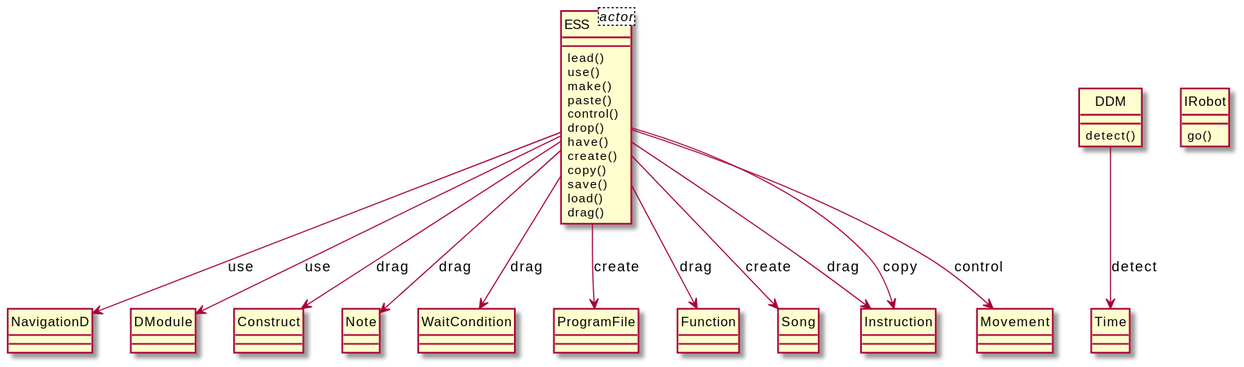
The PlantUML diagram output/diagram_5/2014-USC-Project07.svg in xixixhalu/DomainModelExtractor, before a commit.
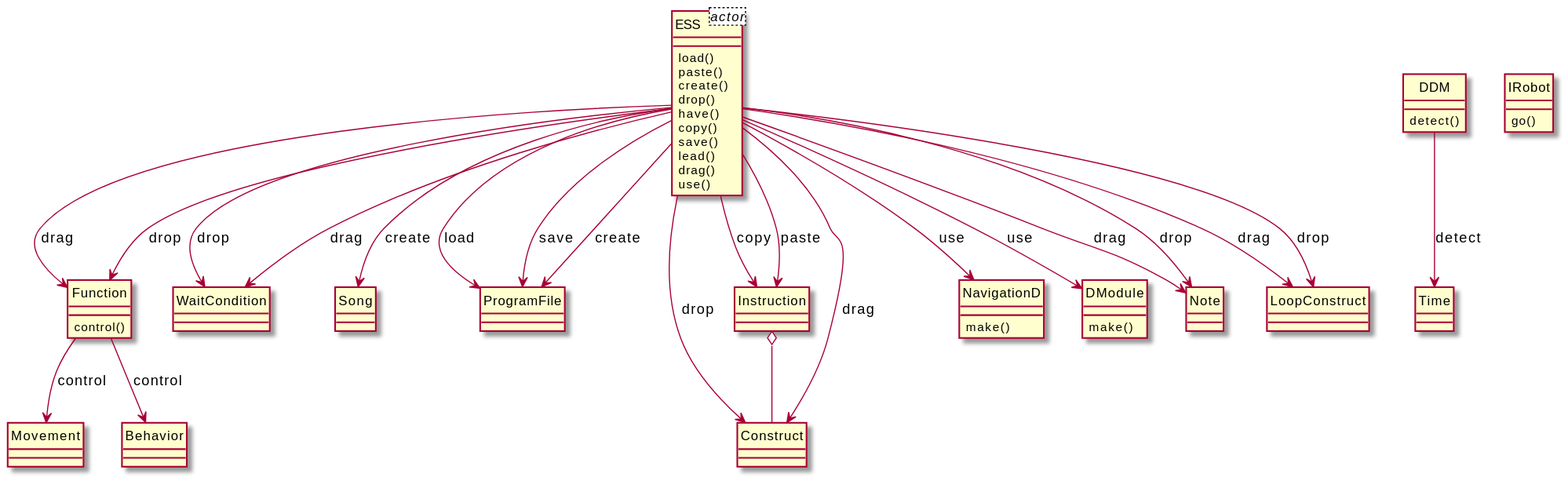
The same file after the commit.

The edit, as a diff of the source:
```diff
@@ -3,57 +3,72 @@
 class ESS<actor> {
 }
 class ESS {
-	lead()
-	use()
-	make()
+	load()
 	paste()
-	control()
+	create()
 	drop()
 	have()
-	create()
 	copy()
 	save()
-	load()
+	lead()
 	drag()
+	use()
 }
-class NavigationD {
+class Instruction {
+}
+class WaitCondition {
+}
+class Song {
+}
+class ProgramFile {
+}
+class Function {
+	control()
+}
+class Behavior {
 }
 class DDM {
 	detect()
 }
 class Time {
 }
-class DModule {
-}
 class Construct {
 }
+class NavigationD {
+	make()
+}
+class DModule {
+	make()
+}
+class Movement {
+}
 class Note {
+}
+class LoopConstruct {
 }
 class IRobot {
 	go()
 }
-class WaitCondition {
-}
-class ProgramFile {
-}
-class Function {
-}
-class Song {
-}
-class Instruction {
-}
-class Movement {
-}
 ESS --> ProgramFile : create
+ESS --> Song : create
+ESS --> ProgramFile : load
+Instruction o-- Construct
+ESS --> ProgramFile : save
+Function --> Movement : control
 ESS --> Note : drag
-ESS --> Instruction : drag
+Function --> Behavior : control
+DDM --> Time : detect
+ESS --> Construct : drag
+ESS --> Construct : drop
+ESS --> Note : drop
+ESS --> Function : drag
+ESS --> WaitCondition : drop
+ESS --> LoopConstruct : drag
+ESS --> Function : drop
+ESS --> Instruction : copy
 ESS --> DModule : use
+ESS --> LoopConstruct : drop
+ESS --> WaitCondition : drag
+ESS --> Instruction : paste
 ESS --> NavigationD : use
-ESS --> Function : drag
-ESS --> Movement : control
-ESS --> WaitCondition : drag
-ESS --> Construct : drag
-ESS --> Song : create
-ESS --> Instruction : copy
-DDM --> Time : detect
 @enduml
```
